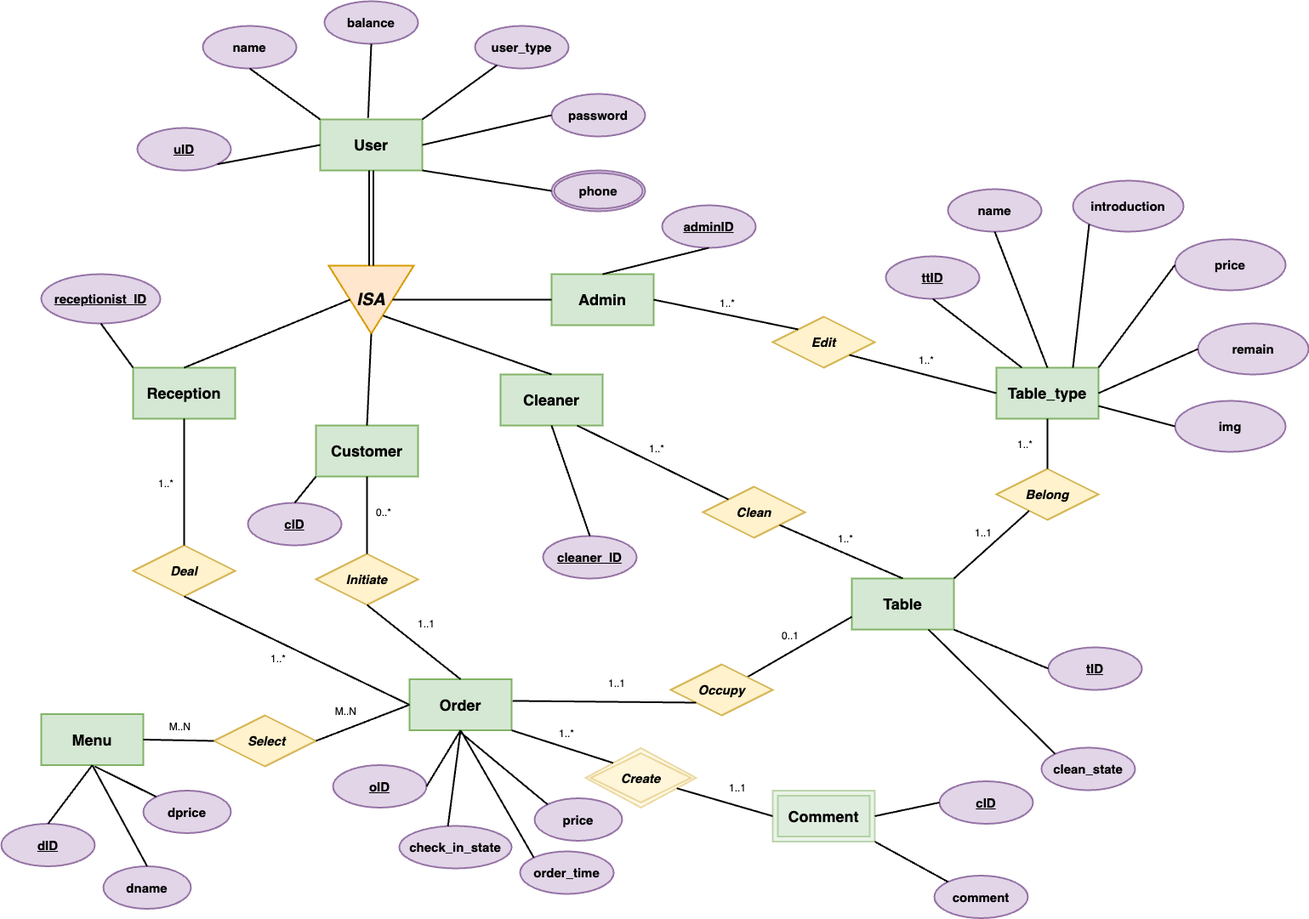
Earlier version of the draw.io export doc/report/ER.png (Powertony102/dbms_project). Source tidied: cells renumbered, new cells last; positions are measured from the earlier drawing's top-left corner, leaving out a move shared by most shapes.
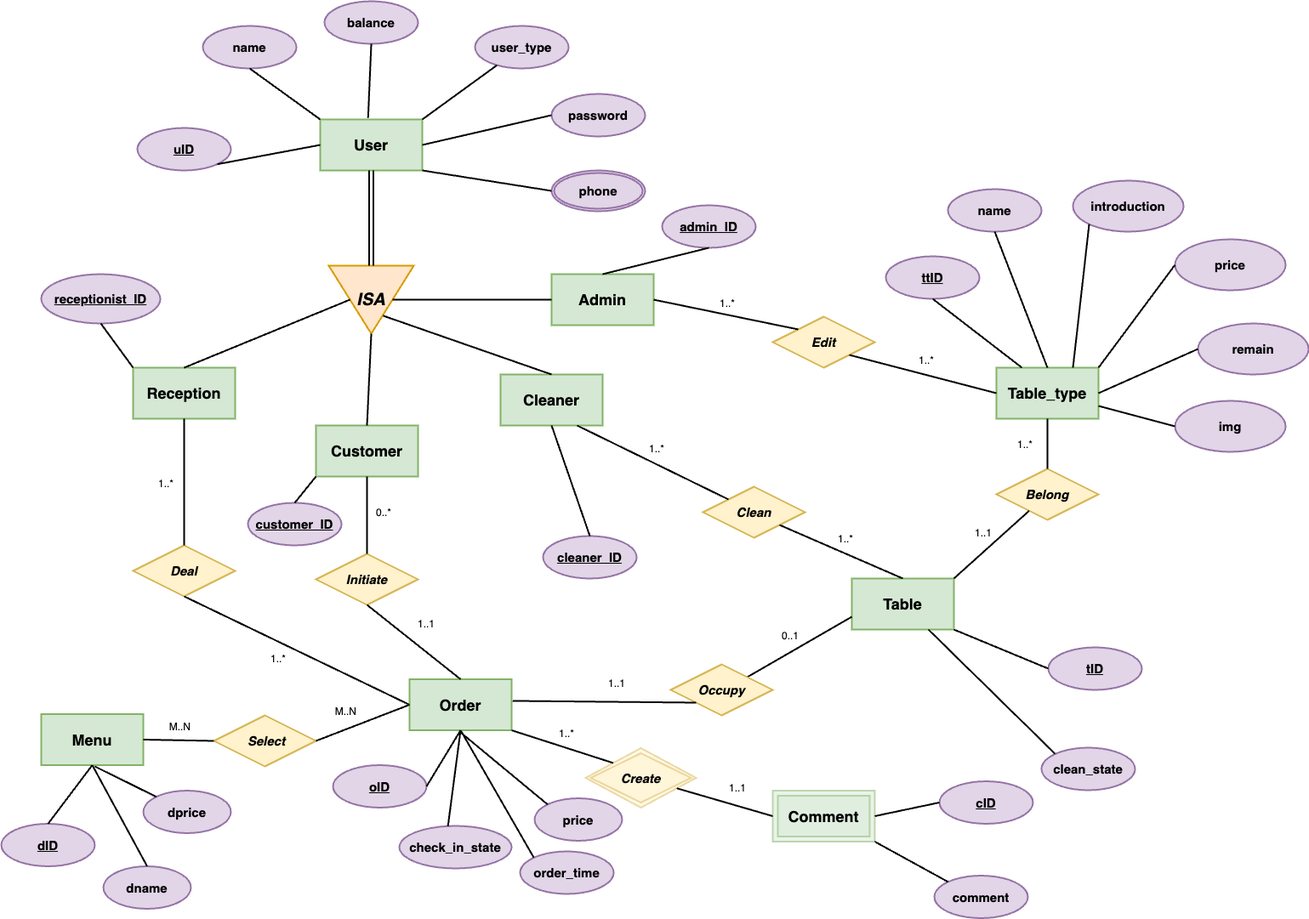
After the commit.

The edit, as a diff of the source:
```diff
@@ -305,7 +305,7 @@
     <mxCell id="92" style="endArrow=none;html=1;rounded=0;strokeWidth=2;exitX=0;exitY=0;exitDx=0;exitDy=0;entryX=1;entryY=1;entryDx=0;entryDy=0;" parent="1" edge="1" source="91" target="11">
       <mxGeometry relative="1" as="geometry" />
     </mxCell>
-    <mxCell id="93" value="adminID" style="ellipse;whiteSpace=wrap;html=1;align=center;fontStyle=5;fillColor=#e1d5e7;strokeColor=#9673a6;strokeWidth=2;fontSize=15;" parent="1" vertex="1">
+    <mxCell id="93" value="admin_ID" style="ellipse;whiteSpace=wrap;html=1;align=center;fontStyle=5;fillColor=#e1d5e7;strokeColor=#9673a6;strokeWidth=2;fontSize=15;" parent="1" vertex="1">
       <mxGeometry x="777" y="240" width="110" height="50" as="geometry" />
     </mxCell>
     <mxCell id="94" style="endArrow=none;html=1;rounded=0;strokeWidth=2;exitX=0.5;exitY=1;exitDx=0;exitDy=0;entryX=0.5;entryY=0;entryDx=0;entryDy=0;" parent="1" edge="1" source="93" target="6">
@@ -323,7 +323,7 @@
     <mxCell id="98" style="endArrow=none;html=1;rounded=0;strokeWidth=2;exitX=0;exitY=0;exitDx=0;exitDy=0;entryX=0.5;entryY=1;entryDx=0;entryDy=0;" parent="1" edge="1" source="3" target="97">
       <mxGeometry relative="1" as="geometry" />
     </mxCell>
-    <mxCell id="99" value="cID" style="ellipse;whiteSpace=wrap;html=1;align=center;fontStyle=5;fillColor=#e1d5e7;strokeColor=#9673a6;strokeWidth=2;fontSize=15;" parent="1" vertex="1">
+    <mxCell id="99" value="customer_ID" style="ellipse;whiteSpace=wrap;html=1;align=center;fontStyle=5;fillColor=#e1d5e7;strokeColor=#9673a6;strokeWidth=2;fontSize=15;" parent="1" vertex="1">
       <mxGeometry x="290" y="590" width="110" height="50" as="geometry" />
     </mxCell>
     <mxCell id="100" style="endArrow=none;html=1;rounded=0;strokeWidth=2;entryX=0.5;entryY=0;entryDx=0;entryDy=0;exitX=0;exitY=1;exitDx=0;exitDy=0;" parent="1" edge="1" source="4" target="99">
```
